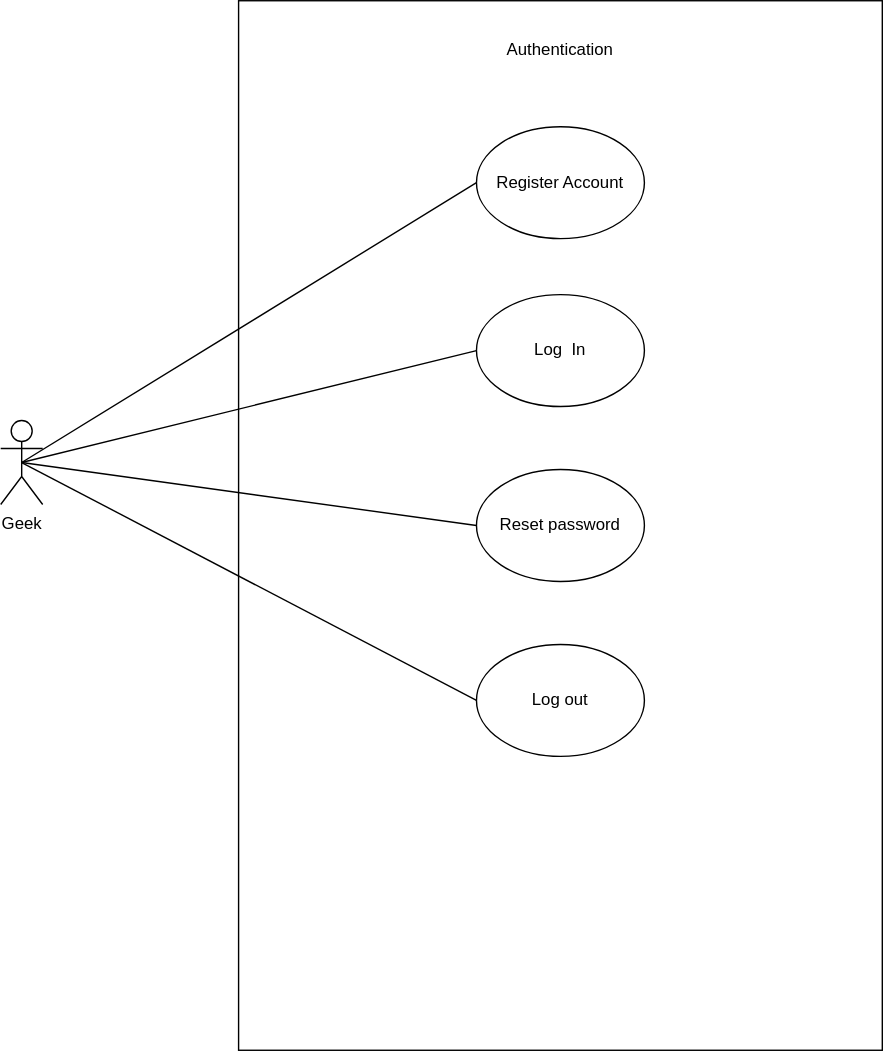
Above: Deliverable1/UsecaseDiagrams/Authentication.drawio.svg in tshegofatso-motlhakane/Geeks-Chat (draw.io), before the change. Source tidied: cells renumbered, new cells last; positions are measured from the earlier drawing's top-left corner, leaving out a move shared by most shapes.
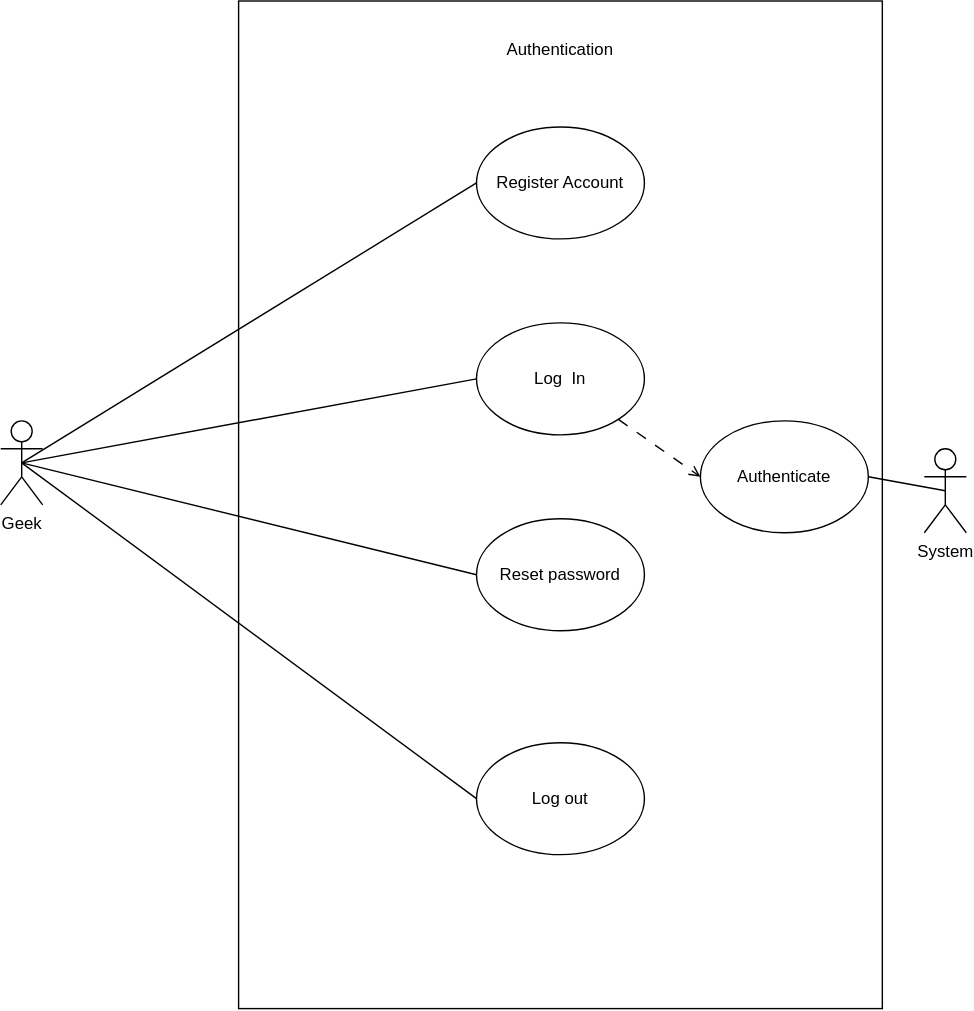
The same file after the commit.

Diff of the diagram source:
```diff
@@ -3,7 +3,7 @@
     <mxCell id="0" />
     <mxCell id="1" parent="0" />
     <mxCell id="2" style="rounded=0;whiteSpace=wrap;html=1;" parent="1" vertex="1">
-      <mxGeometry x="170" width="460" height="750" as="geometry" />
+      <mxGeometry x="170" width="460" height="720" as="geometry" />
     </mxCell>
     <mxCell id="3" value="Geek" style="shape=umlActor;verticalLabelPosition=bottom;verticalAlign=top;html=1;outlineConnect=0;" parent="1" vertex="1">
       <mxGeometry y="300" width="30" height="60" as="geometry" />
@@ -15,13 +15,13 @@
       <mxGeometry x="340" y="90" width="120" height="80" as="geometry" />
     </mxCell>
     <mxCell id="6" value="Log&amp;nbsp; In" style="ellipse;whiteSpace=wrap;html=1;" parent="1" vertex="1">
-      <mxGeometry x="340" y="210" width="120" height="80" as="geometry" />
+      <mxGeometry x="340" y="230" width="120" height="80" as="geometry" />
     </mxCell>
     <mxCell id="7" value="Reset password" style="ellipse;whiteSpace=wrap;html=1;" parent="1" vertex="1">
-      <mxGeometry x="340" y="335" width="120" height="80" as="geometry" />
+      <mxGeometry x="340" y="370" width="120" height="80" as="geometry" />
     </mxCell>
     <mxCell id="8" value="Log out" style="ellipse;whiteSpace=wrap;html=1;" parent="1" vertex="1">
-      <mxGeometry x="340" y="460" width="120" height="80" as="geometry" />
+      <mxGeometry x="340" y="530" width="120" height="80" as="geometry" />
     </mxCell>
     <mxCell id="9" style="endArrow=none;html=1;rounded=0;exitX=0.5;exitY=0.5;exitDx=0;exitDy=0;exitPerimeter=0;entryX=0;entryY=0.5;entryDx=0;entryDy=0;" parent="1" edge="1" source="3" target="5">
       <mxGeometry relative="1" as="geometry" />
@@ -35,5 +35,17 @@
     <mxCell id="12" style="endArrow=none;html=1;rounded=0;entryX=0;entryY=0.5;entryDx=0;entryDy=0;exitX=0.5;exitY=0.5;exitDx=0;exitDy=0;exitPerimeter=0;" parent="1" edge="1" source="3" target="8">
       <mxGeometry relative="1" as="geometry" />
     </mxCell>
+    <mxCell id="13" value="Authenticate" style="ellipse;whiteSpace=wrap;html=1;" parent="1" vertex="1">
+      <mxGeometry x="500" y="300" width="120" height="80" as="geometry" />
+    </mxCell>
+    <mxCell id="14" style="endArrow=open;html=1;rounded=0;entryX=0;entryY=0.5;entryDx=0;entryDy=0;dashed=1;dashPattern=8 8;endFill=0;" parent="1" edge="1" source="6" target="13">
+      <mxGeometry relative="1" as="geometry" />
+    </mxCell>
+    <mxCell id="15" value="System&lt;br&gt;" style="shape=umlActor;verticalLabelPosition=bottom;verticalAlign=top;html=1;outlineConnect=0;" parent="1" vertex="1">
+      <mxGeometry x="660" y="320" width="30" height="60" as="geometry" />
+    </mxCell>
+    <mxCell id="16" style="endArrow=none;html=1;rounded=0;entryX=0.5;entryY=0.5;entryDx=0;entryDy=0;entryPerimeter=0;exitX=1;exitY=0.5;exitDx=0;exitDy=0;" parent="1" edge="1" source="13" target="15">
+      <mxGeometry relative="1" as="geometry" />
+    </mxCell>
   </root>
 </mxGraphModel>
```
